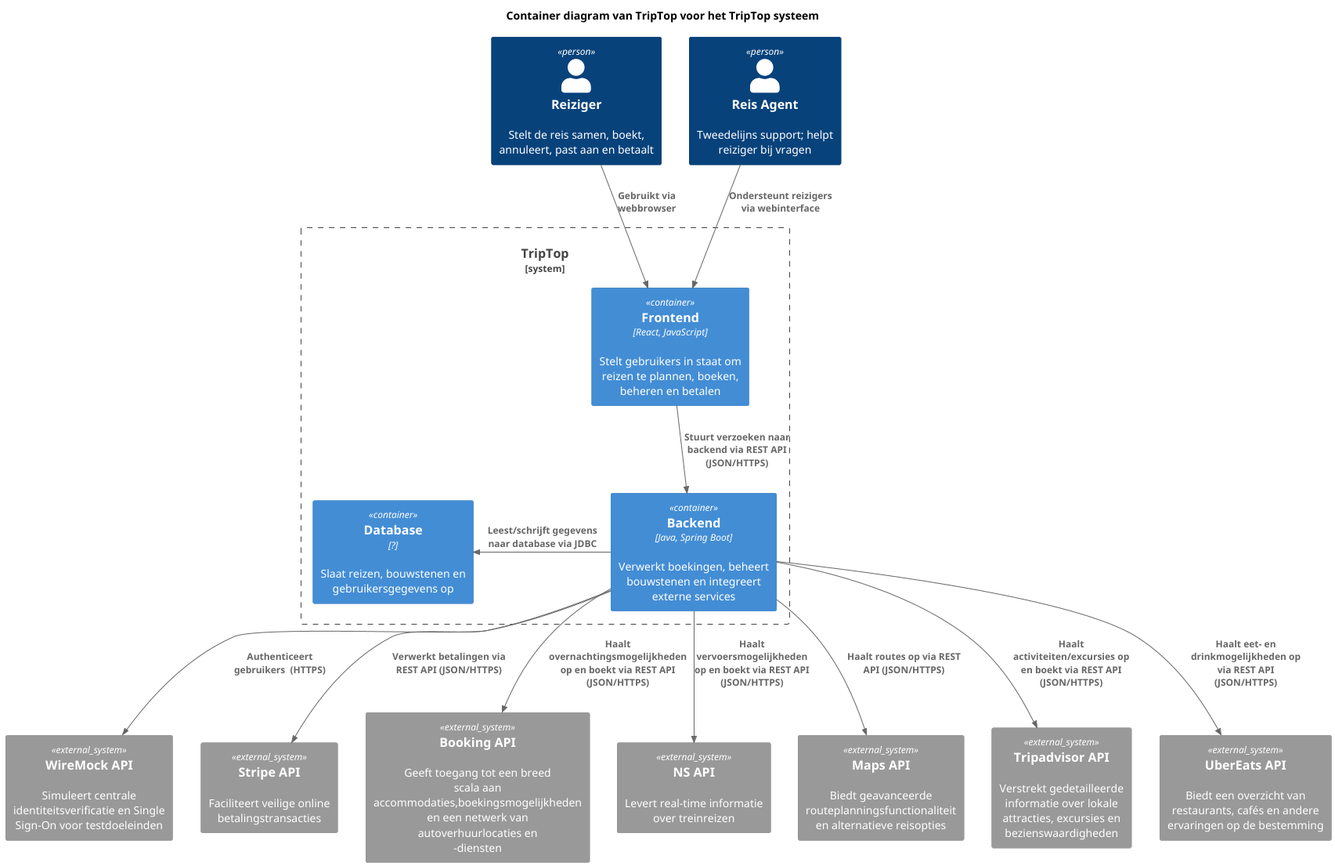
AIM-ENE-feb25/triptop-asas keeps this PlantUML diagram as software-guidebook/container-diagram.png. Above is the earlier version.
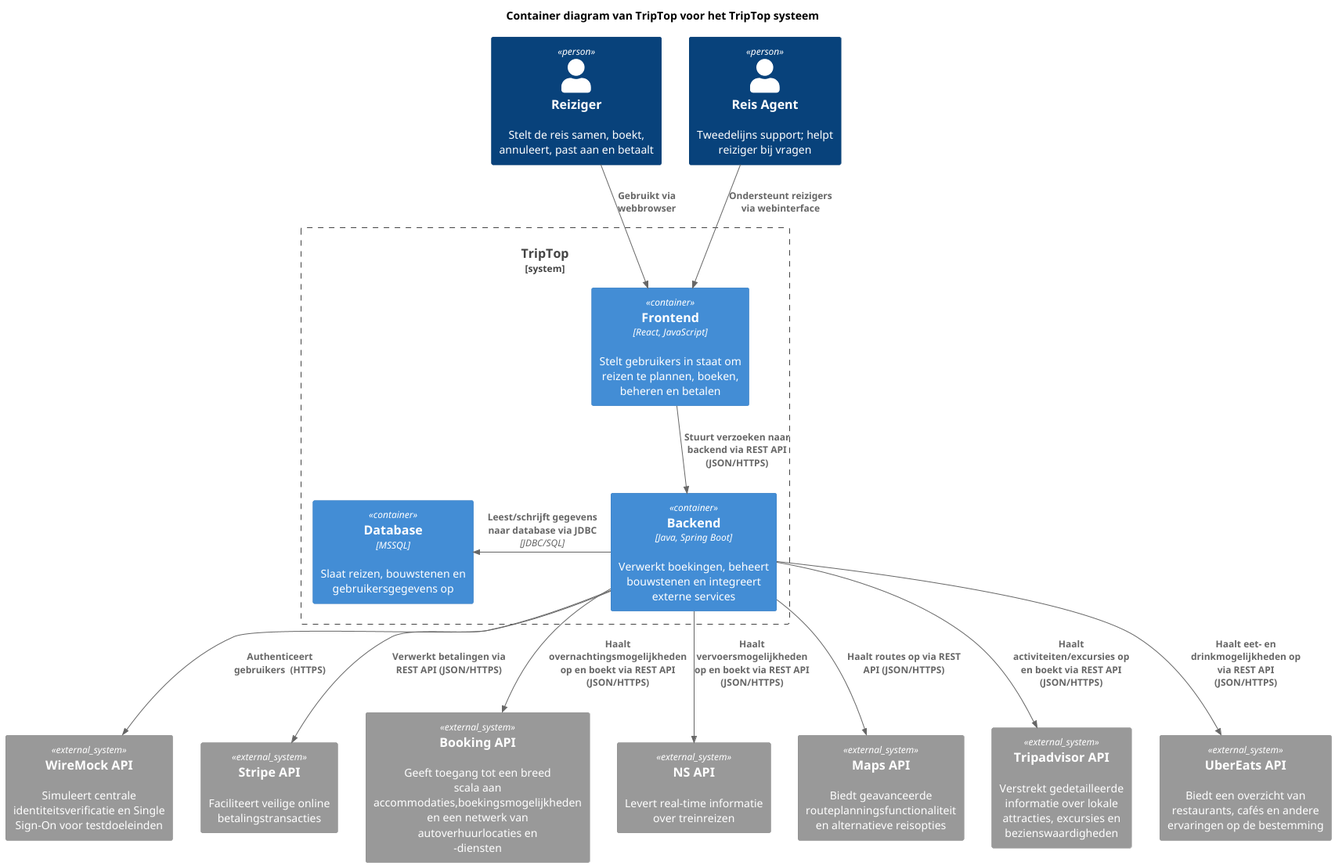
After the change.

Commit message:
container diagram veranderd

The edit, as a diff of the source:
```diff
@@ -9,7 +9,7 @@
 System_Boundary(triptop, "TripTop") {
     Container(frontend, "Frontend", "React, JavaScript", "Stelt gebruikers in staat om reizen te plannen, boeken, beheren en betalen")
     Container(backend, "Backend", "Java, Spring Boot", "Verwerkt boekingen, beheert bouwstenen en integreert externe services")
-    Container(database, "Database", "?", "Slaat reizen, bouwstenen en gebruikersgegevens op")
+    Container(database, "Database", "MSSQL", "Slaat reizen, bouwstenen en gebruikersgegevens op")
 }
 
 System_Ext(identity_provider, "WireMock API", "Simuleert centrale identiteitsverificatie en Single Sign-On voor testdoeleinden")
@@ -24,7 +24,7 @@
 Rel(ondersteuner, frontend, "Ondersteunt reizigers via webinterface")
 
 Rel(frontend, backend, "Stuurt verzoeken naar backend via REST API (JSON/HTTPS)")
-Rel_L(backend, database, "Leest/schrijft gegevens naar database via JDBC")
+Rel_L(backend, database, "Leest/schrijft gegevens naar database via JDBC","JDBC/SQL")
 
 Rel(backend, identity_provider, "Authenticeert gebruikers  (HTTPS)")
 Rel(backend, payment_provider, "Verwerkt betalingen via REST API (JSON/HTTPS)")
```
